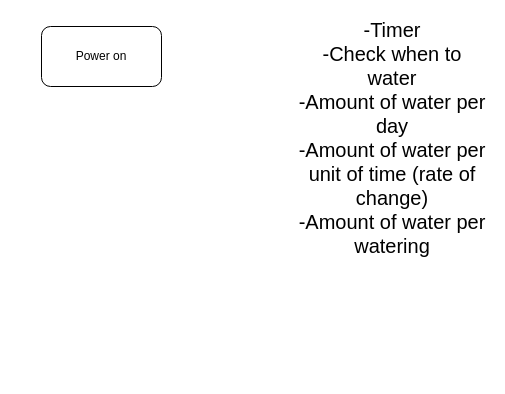
The draw.io diagram page "Flowchart" (3 of 4) of Drawings.drawio in simostor/Automated-Greenhouse, before the edit. Source tidied: cells renumbered, new cells numbered last; positions are measured from the earlier drawing's top-left corner, leaving out a move shared by most shapes. Both pictures are drawn from the tidied source at 100%, with x=0, y=0 at pixel (41, 26).
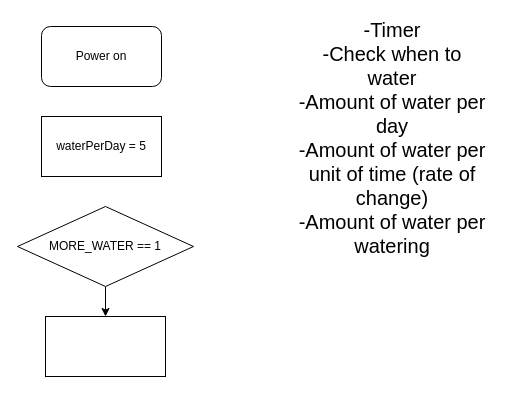
The same diagram, later.

What changed in the source:
```diff
@@
 <mxGraphModel>
   <root>
     <mxCell id="0" />
     <mxCell id="1" parent="0" />
     <mxCell id="2" value="Power on" style="rounded=1;whiteSpace=wrap;html=1;" parent="1" vertex="1">
       <mxGeometry width="120" height="60" as="geometry" />
     </mxCell>
     <mxCell id="3" value="&lt;font style=&quot;font-size: 20px;&quot;&gt;-Timer&lt;br&gt;-Check when to water&lt;br&gt;-Amount of water per day&lt;br&gt;-Amount of water per unit of time (rate of change)&lt;br&gt;-Amount of water per watering&lt;br&gt;&lt;br&gt;&lt;br&gt;&lt;/font&gt;" style="text;html=1;strokeColor=none;fillColor=none;align=center;verticalAlign=middle;whiteSpace=wrap;rounded=0;" parent="1" vertex="1">
       <mxGeometry x="256" y="120" width="190" height="30" as="geometry" />
     </mxCell>
+    <mxCell id="4" value="waterPerDay = 5" style="rounded=0;whiteSpace=wrap;html=1;" parent="1" vertex="1">
+      <mxGeometry y="90" width="120" height="60" as="geometry" />
+    </mxCell>
+    <mxCell id="5" style="edgeStyle=orthogonalEdgeStyle;rounded=0;jettySize=auto;html=1;" parent="1" edge="1" source="6" target="7">
+      <mxGeometry relative="1" as="geometry" />
+    </mxCell>
+    <mxCell id="6" value="MORE_WATER == 1" style="rhombus;whiteSpace=wrap;html=1;" parent="1" vertex="1">
+      <mxGeometry x="-24" y="180" width="176" height="80" as="geometry" />
+    </mxCell>
+    <mxCell id="7" style="rounded=0;whiteSpace=wrap;html=1;" parent="1" vertex="1">
+      <mxGeometry x="4" y="290" width="120" height="60" as="geometry" />
+    </mxCell>
   </root>
 </mxGraphModel>
```
